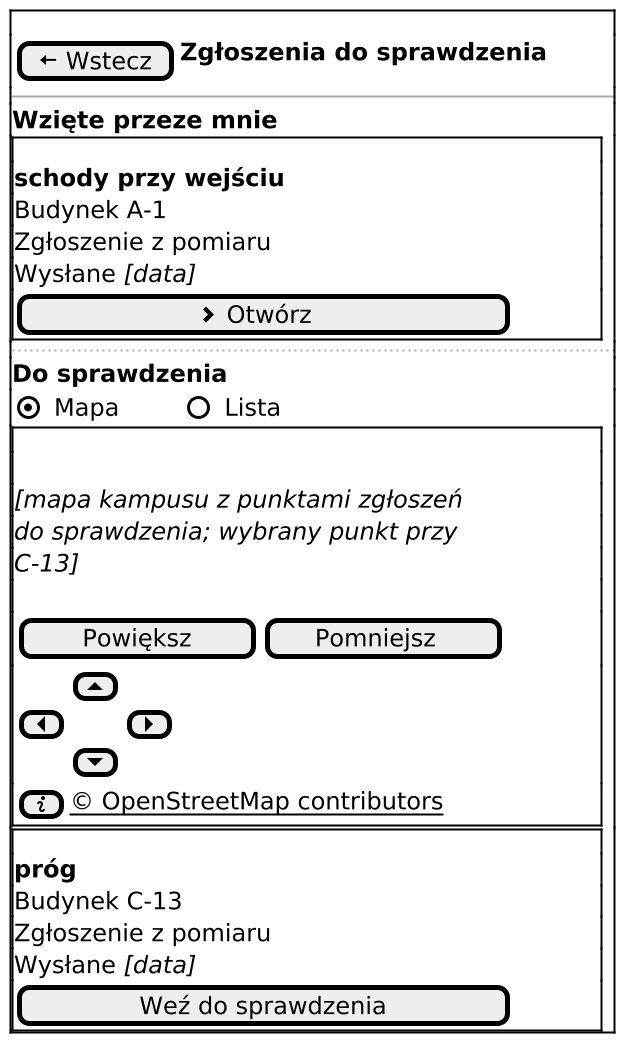
Before: docs/docs/_generated/m-r1-kolejka-weryfikacji-mapa.png, a diagram exported from PlantUML (dostepny-kampus/dostepny-kampus). Source of this version:
```plantuml
@startsalt
' R1 Kolejka weryfikacji, stan zwykły, widok mapy, Weryfikator wybrał punkt na mapie.
' Atrybucja OSM na mapie, podkreślona jako odnośnik do strony praw autorskich, i „ⓘ” ze źródłami
' jak na V1 (NFR-37, decyzja 93).
!include _wspolne.iuml
$ekran_poczatek()
$naglowek("Zgłoszenia do sprawdzenia")
<b>Wzięte przeze mnie</b>
$ramka()
<b>schody przy wejściu</b>
Budynek A-1
Zgłoszenie z pomiaru
Wysłane <i>[data]</i>
$przycisk("Otwórz", "chevron-right")
}
..
<b>Do sprawdzenia</b>
$przelacznik("Mapa", "Lista", 1)
$mapa("mapa kampusu z punktami zgłoszeń do sprawdzenia; wybrany punkt przy C-13", "", "info")
$ramka()
<b>próg</b>
Budynek C-13
Zgłoszenie z pomiaru
Wysłane <i>[data]</i>
$przycisk("Weź do sprawdzenia")
}
$ekran_koniec()
@endsalt
```
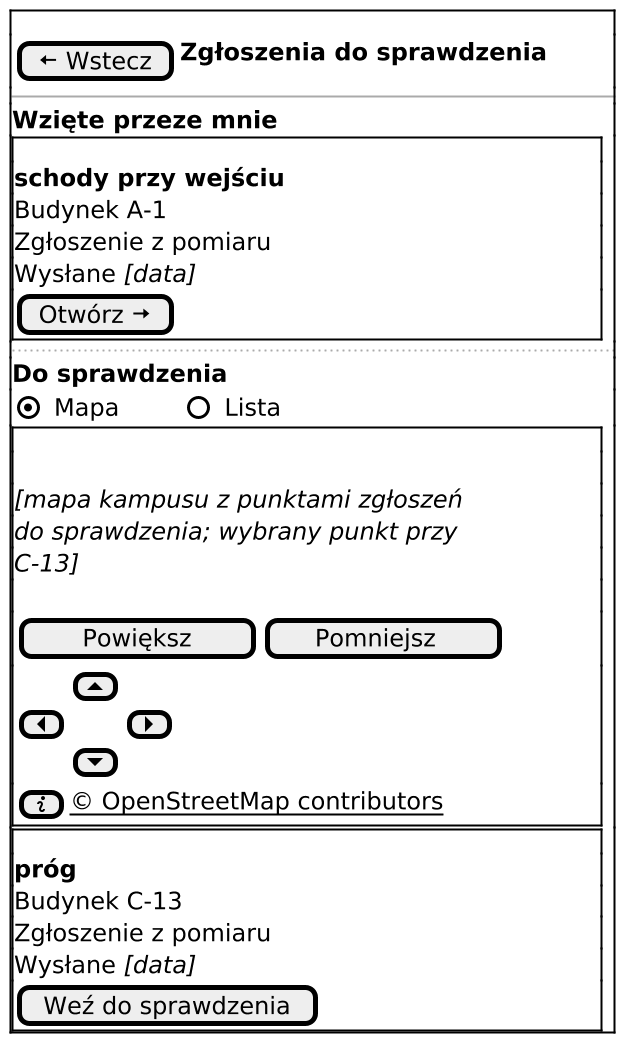
Above is the later version.

Change to the diagram source:
```diff
@@ -11,18 +11,18 @@
 Budynek A-1
 Zgłoszenie z pomiaru
 Wysłane <i>[data]</i>
-$przycisk("Otwórz", "chevron-right")
+$czynnosc_karty("Otwórz", "arrow-right")
 }
 ..
 <b>Do sprawdzenia</b>
 $przelacznik("Mapa", "Lista", 1)
-$mapa("mapa kampusu z punktami zgłoszeń do sprawdzenia; wybrany punkt przy C-13", "", "info")
+$mapa("mapa kampusu z punktami zgłoszeń do sprawdzenia; wybrany punkt przy C-13", "", "info", "© OpenStreetMap contributors")
 $ramka()
 <b>próg</b>
 Budynek C-13
 Zgłoszenie z pomiaru
 Wysłane <i>[data]</i>
-$przycisk("Weź do sprawdzenia")
+$czynnosc_karty("Weź do sprawdzenia")
 }
 $ekran_koniec()
 @endsalt
```
